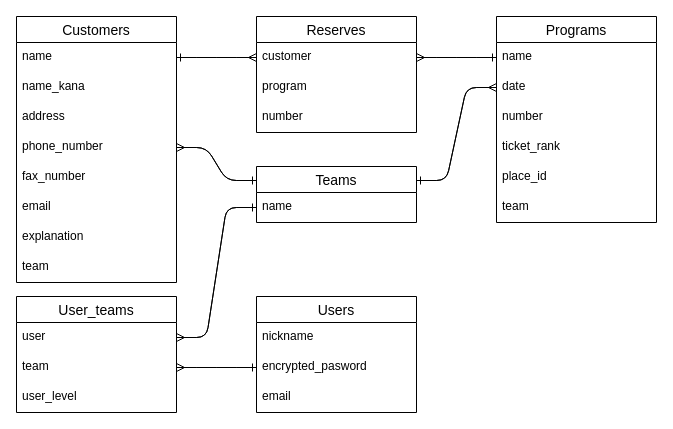
hachiko38101/ticket_bunch keeps this draw.io diagram as ER.dio. Above is the earlier version. Source tidied: cells renumbered, new cells numbered last; positions are measured from the earlier drawing's top-left corner, leaving out a move shared by most shapes. Both pictures are drawn from the tidied source at 100%, with x=0, y=0 at pixel (16, 16).
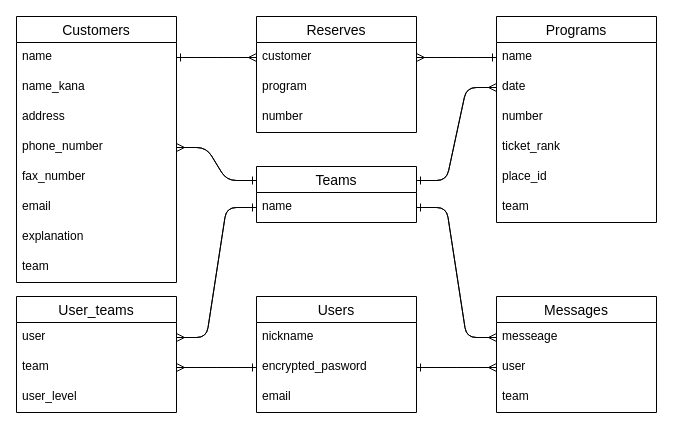
The same page after the edit.

The change refers to these unchanged cells:
```xml
<mxCell id="20" value="encrypted_pasword" style="text;strokeColor=none;fillColor=none;spacingLeft=4;spacingRight=4;overflow=hidden;points=[[0,0.5],[1,0.5]];portConstraint=eastwest;fontSize=12;" parent="18" vertex="1">
  <mxGeometry y="56" width="160" height="30" as="geometry" />
</mxCell>
<mxCell id="23" value="name" style="text;strokeColor=none;fillColor=none;spacingLeft=4;spacingRight=4;overflow=hidden;points=[[0,0.5],[1,0.5]];portConstraint=eastwest;fontSize=12;" parent="22" vertex="1">
  <mxGeometry y="26" width="160" height="30" as="geometry" />
</mxCell>
```

The edit, as a diff of the source:
```diff
@@
+    <mxCell id="44" value="Messages" style="swimlane;fontStyle=0;horizontal=1;startSize=26;align=center;fontSize=14;" parent="1" vertex="1">
+      <mxGeometry x="480" y="280" width="160" height="116" as="geometry" />
+    </mxCell>
+    <mxCell id="45" value="messeage" style="text;strokeColor=none;fillColor=none;spacingLeft=4;spacingRight=4;overflow=hidden;points=[[0,0.5],[1,0.5]];portConstraint=eastwest;fontSize=12;" parent="44" vertex="1">
+      <mxGeometry y="26" width="160" height="30" as="geometry" />
+    </mxCell>
+    <mxCell id="46" value="user" style="text;strokeColor=none;fillColor=none;spacingLeft=4;spacingRight=4;overflow=hidden;points=[[0,0.5],[1,0.5]];portConstraint=eastwest;fontSize=12;" parent="44" vertex="1">
+      <mxGeometry y="56" width="160" height="30" as="geometry" />
+    </mxCell>
+    <mxCell id="47" value="team" style="text;strokeColor=none;fillColor=none;spacingLeft=4;spacingRight=4;overflow=hidden;fontSize=12;" parent="44" vertex="1">
+      <mxGeometry y="86" width="160" height="30" as="geometry" />
+    </mxCell>
+    <mxCell id="48" style="edgeStyle=entityRelationEdgeStyle;fontSize=12;html=1;endArrow=ERmany;exitX=1;exitY=0.5;exitDx=0;exitDy=0;entryX=0;entryY=0.5;entryDx=0;entryDy=0;" parent="1" edge="1" source="23" target="45">
+      <mxGeometry relative="1" as="geometry" />
+    </mxCell>
+    <mxCell id="49" style="edgeStyle=entityRelationEdgeStyle;fontSize=12;html=1;endArrow=ERmany;exitX=1;exitY=0.5;exitDx=0;exitDy=0;entryX=0;entryY=0.5;entryDx=0;entryDy=0;" parent="1" edge="1" source="20" target="46">
+      <mxGeometry relative="1" as="geometry" />
+    </mxCell>
+    <mxCell id="50" style="edgeStyle=entityRelationEdgeStyle;fontSize=12;html=1;endArrow=ERone;endFill=1;entryX=1;entryY=0.5;entryDx=0;entryDy=0;exitX=0;exitY=0.5;exitDx=0;exitDy=0;" parent="1" edge="1" source="46" target="20">
+      <mxGeometry relative="1" as="geometry" />
+    </mxCell>
+    <mxCell id="51" style="edgeStyle=entityRelationEdgeStyle;fontSize=12;html=1;endArrow=ERone;endFill=1;entryX=1;entryY=0.5;entryDx=0;entryDy=0;exitX=0;exitY=0.5;exitDx=0;exitDy=0;" parent="1" edge="1" source="45" target="23">
+      <mxGeometry relative="1" as="geometry" />
+    </mxCell>
```
